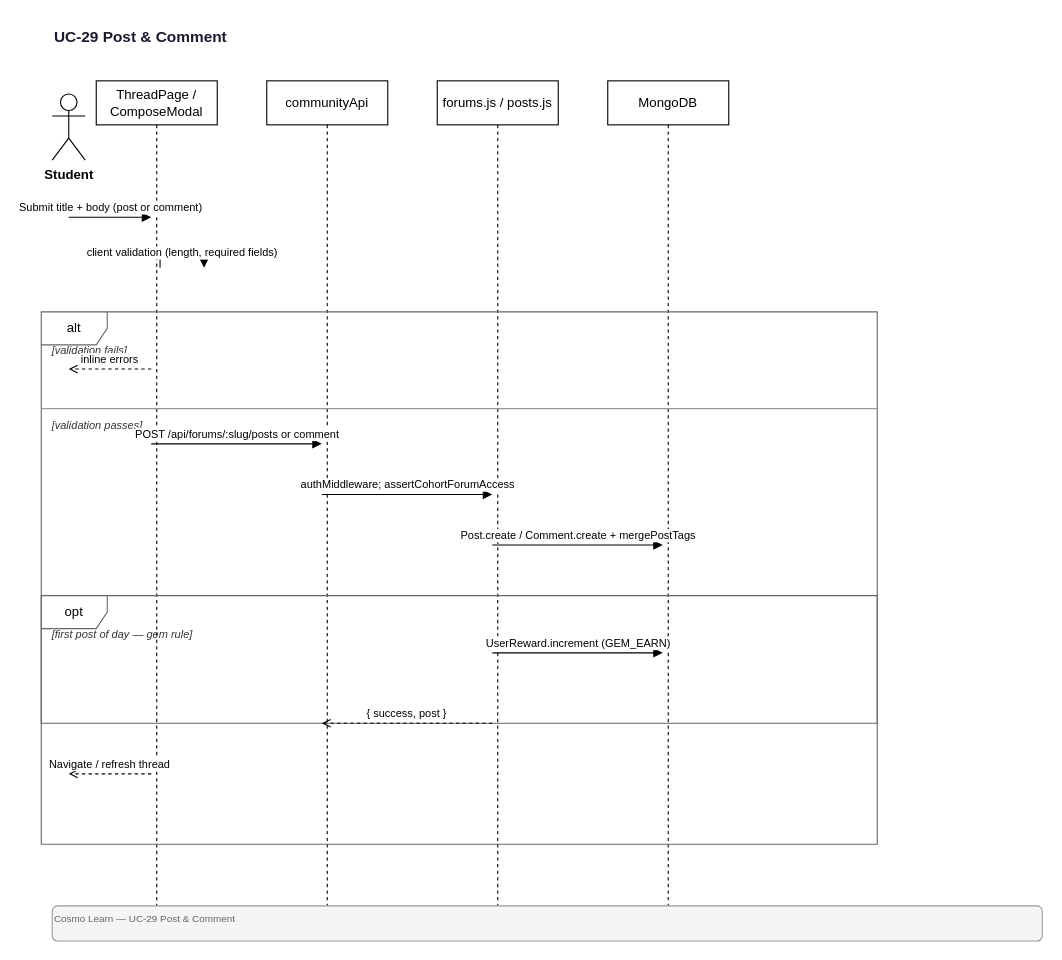
Before: docs/diagrams/sequence/UC-29-Post-and-Comment.drawio in quangg1/ASTRO_EDU, a draw.io diagram. Source tidied: cells renumbered, new cells numbered last; positions are measured from the earlier drawing's top-left corner, leaving out a move shared by most shapes. Both pictures are drawn from the tidied source at 110%, with x=0, y=0 at pixel (41, 19).
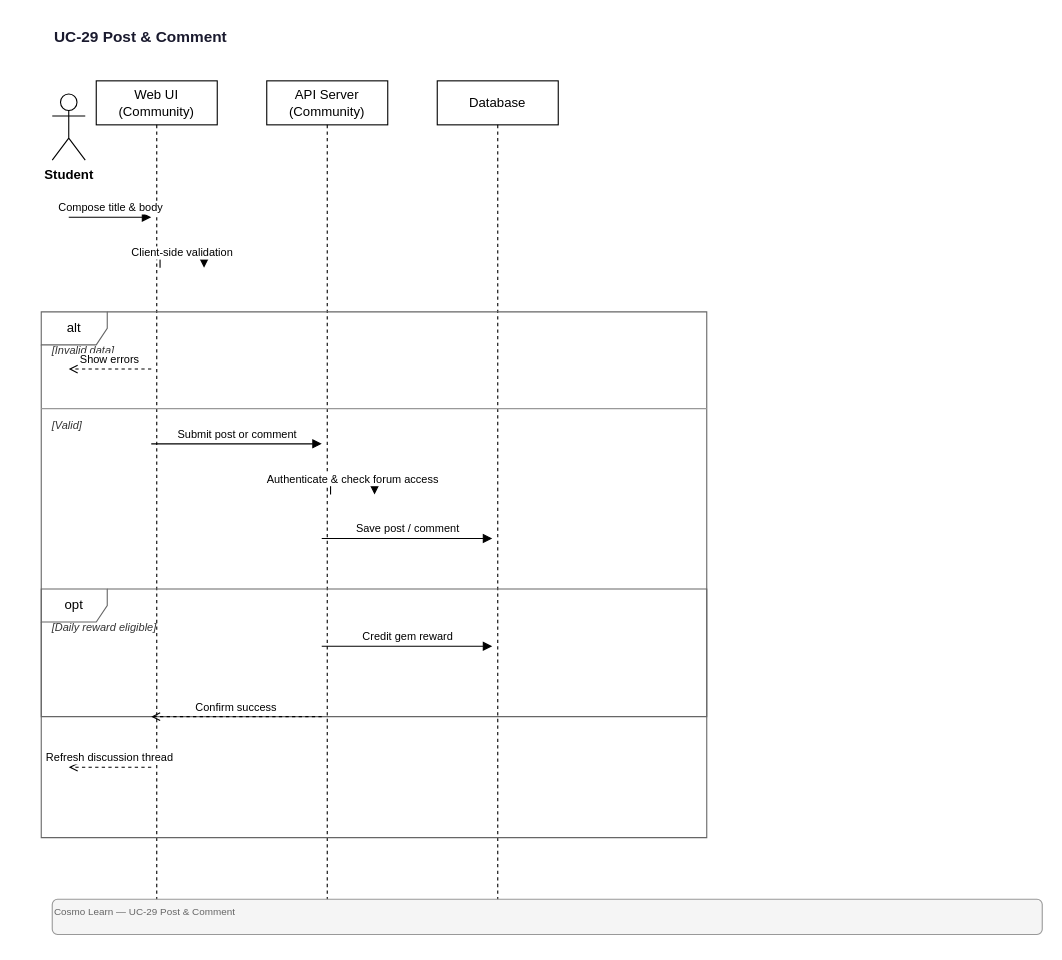
After the change.

What changed in the source:
```diff
@@
-    <mxCell id="4" value="ThreadPage / ComposeModal" style="shape=umlLifeline;perimeter=lifelinePerimeter;whiteSpace=wrap;html=1;size=40;" parent="1" vertex="1">
-      <mxGeometry x="50" y="56" width="110" height="752" as="geometry" />
-    </mxCell>
-    <mxCell id="5" value="communityApi" style="shape=umlLifeline;perimeter=lifelinePerimeter;whiteSpace=wrap;html=1;size=40;" parent="1" vertex="1">
-      <mxGeometry x="205" y="56" width="110" height="752" as="geometry" />
-    </mxCell>
-    <mxCell id="6" value="forums.js / posts.js" style="shape=umlLifeline;perimeter=lifelinePerimeter;whiteSpace=wrap;html=1;size=40;" parent="1" vertex="1">
-      <mxGeometry x="360" y="56" width="110" height="752" as="geometry" />
-    </mxCell>
+    <mxCell id="24" value="Web UI (Community)" style="shape=umlLifeline;perimeter=lifelinePerimeter;whiteSpace=wrap;html=1;size=40;" parent="1" vertex="1">
+      <mxGeometry x="50" y="56" width="110" height="746" as="geometry" />
+    </mxCell>
+    <mxCell id="25" value="API Server (Community)" style="shape=umlLifeline;perimeter=lifelinePerimeter;whiteSpace=wrap;html=1;size=40;" parent="1" vertex="1">
+      <mxGeometry x="205" y="56" width="110" height="746" as="geometry" />
+    </mxCell>
-    <mxCell id="7" value="MongoDB" style="shape=umlLifeline;perimeter=lifelinePerimeter;whiteSpace=wrap;html=1;size=40;" parent="1" vertex="1">
-      <mxGeometry x="515" y="56" width="110" height="752" as="geometry" />
+    <mxCell id="7" value="Database" style="shape=umlLifeline;perimeter=lifelinePerimeter;whiteSpace=wrap;html=1;size=40;" parent="1" vertex="1">
+      <mxGeometry x="360" y="56" width="110" height="746" as="geometry" />
     </mxCell>
-    <mxCell id="8" value="Submit title + body (post or comment)" style="endArrow=block;endFill=1;html=1;fontSize=10;verticalAlign=bottom;" parent="1" edge="1">
+    <mxCell id="8" value="Compose title &amp; body" style="endArrow=block;endFill=1;html=1;fontSize=10;verticalAlign=bottom;" parent="1" edge="1">
       <mxGeometry relative="1" as="geometry">
         <mxPoint x="25" y="180" as="sourcePoint" />
         <mxPoint x="100" y="180" as="targetPoint" />
       </mxGeometry>
     </mxCell>
-    <mxCell id="9" value="client validation (length, required fields)" style="endArrow=block;endFill=1;html=1;fontSize=10;edgeStyle=orthogonalEdgeStyle;rounded=0;" parent="1" edge="1">
+    <mxCell id="9" value="Client-side validation" style="endArrow=block;endFill=1;html=1;fontSize=10;edgeStyle=orthogonalEdgeStyle;rounded=0;" parent="1" edge="1">
       <mxGeometry relative="1" as="geometry">
         <mxPoint x="108" y="226" as="sourcePoint" />
         <mxPoint x="148" y="226" as="targetPoint" />
         <Array as="points">
           <mxPoint x="148" y="212" />
           <mxPoint x="108" y="212" />
         </Array>
       </mxGeometry>
     </mxCell>
     <mxCell id="10" value="alt" style="shape=umlFrame;whiteSpace=wrap;html=1;fillColor=none;strokeColor=#666666;" parent="1" vertex="1">
-      <mxGeometry y="266" width="760" height="484" as="geometry" />
+      <mxGeometry y="266" width="605" height="478" as="geometry" />
     </mxCell>
-    <mxCell id="11" value="[validation fails]" style="text;html=1;strokeColor=none;fillColor=none;align=left;verticalAlign=middle;fontSize=10;fontStyle=2;fontColor=#333333;" parent="1" vertex="1">
-      <mxGeometry x="8" y="292" width="744" height="18" as="geometry" />
+    <mxCell id="11" value="[Invalid data]" style="text;html=1;strokeColor=none;fillColor=none;align=left;verticalAlign=middle;fontSize=10;fontStyle=2;fontColor=#333333;" parent="1" vertex="1">
+      <mxGeometry x="8" y="292" width="589" height="18" as="geometry" />
     </mxCell>
-    <mxCell id="12" value="inline errors" style="endArrow=open;endFill=0;html=1;dashed=1;fontSize=10;verticalAlign=bottom;" parent="1" edge="1">
+    <mxCell id="12" value="Show errors" style="endArrow=open;endFill=0;html=1;dashed=1;fontSize=10;verticalAlign=bottom;" parent="1" edge="1">
       <mxGeometry relative="1" as="geometry">
         <mxPoint x="100" y="318" as="sourcePoint" />
         <mxPoint x="25" y="318" as="targetPoint" />
       </mxGeometry>
     </mxCell>
-    <mxCell id="13" value="[validation passes]" style="text;html=1;strokeColor=none;fillColor=none;align=left;verticalAlign=middle;fontSize=10;fontStyle=2;fontColor=#333333;" parent="1" vertex="1">
-      <mxGeometry x="8" y="360" width="744" height="18" as="geometry" />
+    <mxCell id="13" value="[Valid]" style="text;html=1;strokeColor=none;fillColor=none;align=left;verticalAlign=middle;fontSize=10;fontStyle=2;fontColor=#333333;" parent="1" vertex="1">
+      <mxGeometry x="8" y="360" width="589" height="18" as="geometry" />
     </mxCell>
     <mxCell id="14" style="endArrow=none;html=1;strokeWidth=1;strokeColor=#999999;" parent="1" edge="1">
       <mxGeometry relative="1" as="geometry">
         <mxPoint y="354" as="sourcePoint" />
-        <mxPoint x="760" y="354" as="targetPoint" />
+        <mxPoint x="605" y="354" as="targetPoint" />
       </mxGeometry>
     </mxCell>
-    <mxCell id="15" value="POST /api/forums/:slug/posts or comment" style="endArrow=block;endFill=1;html=1;fontSize=10;verticalAlign=bottom;" parent="1" edge="1">
+    <mxCell id="15" value="Submit post or comment" style="endArrow=block;endFill=1;html=1;fontSize=10;verticalAlign=bottom;" parent="1" edge="1">
       <mxGeometry relative="1" as="geometry">
         <mxPoint x="100" y="386" as="sourcePoint" />
         <mxPoint x="255" y="386" as="targetPoint" />
       </mxGeometry>
     </mxCell>
-    <mxCell id="16" value="authMiddleware; assertCohortForumAccess" style="endArrow=block;endFill=1;html=1;fontSize=10;verticalAlign=bottom;" parent="1" edge="1">
+    <mxCell id="16" value="Authenticate &amp; check forum access" style="endArrow=block;endFill=1;html=1;fontSize=10;edgeStyle=orthogonalEdgeStyle;rounded=0;" parent="1" edge="1">
       <mxGeometry relative="1" as="geometry">
-        <mxPoint x="255" y="432" as="sourcePoint" />
-        <mxPoint x="410" y="432" as="targetPoint" />
+        <mxPoint x="263" y="432" as="sourcePoint" />
+        <mxPoint x="303" y="432" as="targetPoint" />
+        <Array as="points">
+          <mxPoint x="303" y="418" />
+          <mxPoint x="263" y="418" />
+        </Array>
       </mxGeometry>
     </mxCell>
-    <mxCell id="17" value="Post.create / Comment.create + mergePostTags" style="endArrow=block;endFill=1;html=1;fontSize=10;verticalAlign=bottom;" parent="1" edge="1">
+    <mxCell id="17" value="Save post / comment" style="endArrow=block;endFill=1;html=1;fontSize=10;verticalAlign=bottom;" parent="1" edge="1">
       <mxGeometry relative="1" as="geometry">
-        <mxPoint x="410" y="478" as="sourcePoint" />
-        <mxPoint x="565" y="478" as="targetPoint" />
+        <mxPoint x="255" y="472" as="sourcePoint" />
+        <mxPoint x="410" y="472" as="targetPoint" />
       </mxGeometry>
     </mxCell>
     <mxCell id="18" value="opt" style="shape=umlFrame;whiteSpace=wrap;html=1;fillColor=none;strokeColor=#666666;" parent="1" vertex="1">
-      <mxGeometry y="524" width="760" height="116" as="geometry" />
+      <mxGeometry y="518" width="605" height="116" as="geometry" />
     </mxCell>
-    <mxCell id="19" value="[first post of day — gem rule]" style="text;html=1;strokeColor=none;fillColor=none;align=left;verticalAlign=middle;fontSize=10;fontStyle=2;fontColor=#333333;" parent="1" vertex="1">
-      <mxGeometry x="8" y="550" width="744" height="18" as="geometry" />
+    <mxCell id="19" value="[Daily reward eligible]" style="text;html=1;strokeColor=none;fillColor=none;align=left;verticalAlign=middle;fontSize=10;fontStyle=2;fontColor=#333333;" parent="1" vertex="1">
+      <mxGeometry x="8" y="544" width="589" height="18" as="geometry" />
     </mxCell>
-    <mxCell id="20" value="UserReward.increment (GEM_EARN)" style="endArrow=block;endFill=1;html=1;fontSize=10;verticalAlign=bottom;" parent="1" edge="1">
+    <mxCell id="20" value="Credit gem reward" style="endArrow=block;endFill=1;html=1;fontSize=10;verticalAlign=bottom;" parent="1" edge="1">
       <mxGeometry relative="1" as="geometry">
-        <mxPoint x="410" y="576" as="sourcePoint" />
-        <mxPoint x="565" y="576" as="targetPoint" />
+        <mxPoint x="255" y="570" as="sourcePoint" />
+        <mxPoint x="410" y="570" as="targetPoint" />
       </mxGeometry>
     </mxCell>
-    <mxCell id="21" value="{ success, post }" style="endArrow=open;endFill=0;html=1;dashed=1;fontSize=10;verticalAlign=bottom;" parent="1" edge="1">
+    <mxCell id="21" value="Confirm success" style="endArrow=open;endFill=0;html=1;dashed=1;fontSize=10;verticalAlign=bottom;" parent="1" edge="1">
       <mxGeometry relative="1" as="geometry">
-        <mxPoint x="410" y="640" as="sourcePoint" />
-        <mxPoint x="255" y="640" as="targetPoint" />
+        <mxPoint x="255" y="634" as="sourcePoint" />
+        <mxPoint x="100" y="634" as="targetPoint" />
       </mxGeometry>
     </mxCell>
-    <mxCell id="22" value="Navigate / refresh thread" style="endArrow=open;endFill=0;html=1;dashed=1;fontSize=10;verticalAlign=bottom;" parent="1" edge="1">
+    <mxCell id="22" value="Refresh discussion thread" style="endArrow=open;endFill=0;html=1;dashed=1;fontSize=10;verticalAlign=bottom;" parent="1" edge="1">
       <mxGeometry relative="1" as="geometry">
-        <mxPoint x="100" y="686" as="sourcePoint" />
-        <mxPoint x="25" y="686" as="targetPoint" />
+        <mxPoint x="100" y="680" as="sourcePoint" />
+        <mxPoint x="25" y="680" as="targetPoint" />
       </mxGeometry>
     </mxCell>
     <mxCell id="23" value="Cosmo Learn — UC-29 Post &amp; Comment" style="text;html=1;strokeColor=#999;fillColor=#f5f5f5;align=left;verticalAlign=top;fontSize=9;fontColor=#666;rounded=1;" parent="1" vertex="1">
-      <mxGeometry x="10" y="806" width="900" height="32" as="geometry" />
+      <mxGeometry x="10" y="800" width="900" height="32" as="geometry" />
     </mxCell>
```
